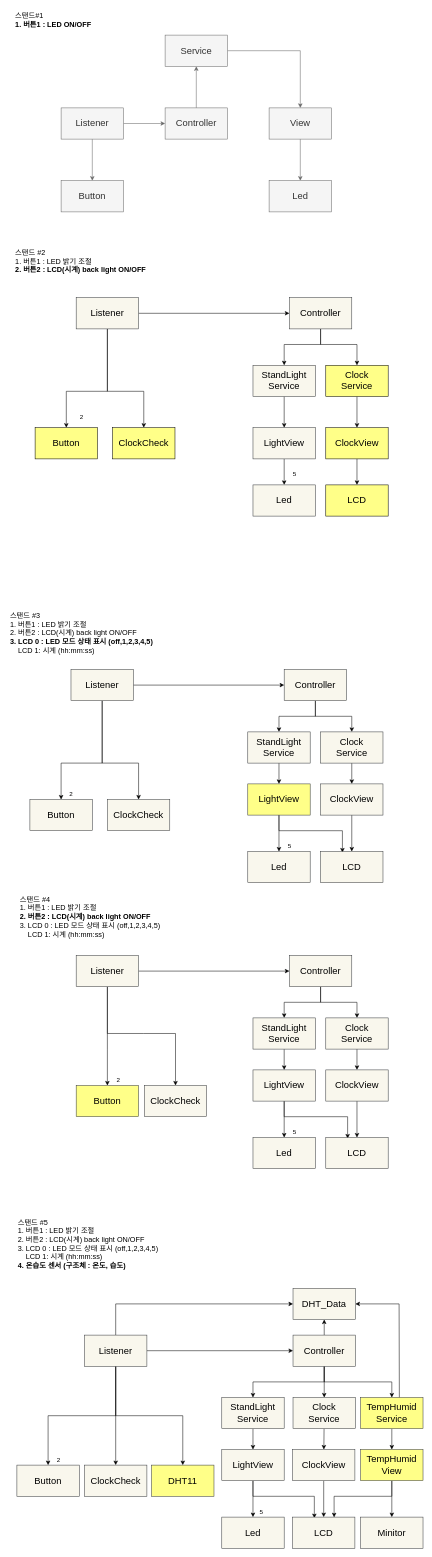
Before: page "페이지-1" (1 of 2) of sw_design/architecture.drawio in ena-log/StandLight_Clock_Temperature, a draw.io diagram. Source tidied: cells renumbered, new cells numbered last; positions are measured from the earlier drawing's top-left corner, leaving out a move shared by most shapes. Both pictures are drawn from the tidied source at 52%, with x=0, y=0 at pixel (9, 9).
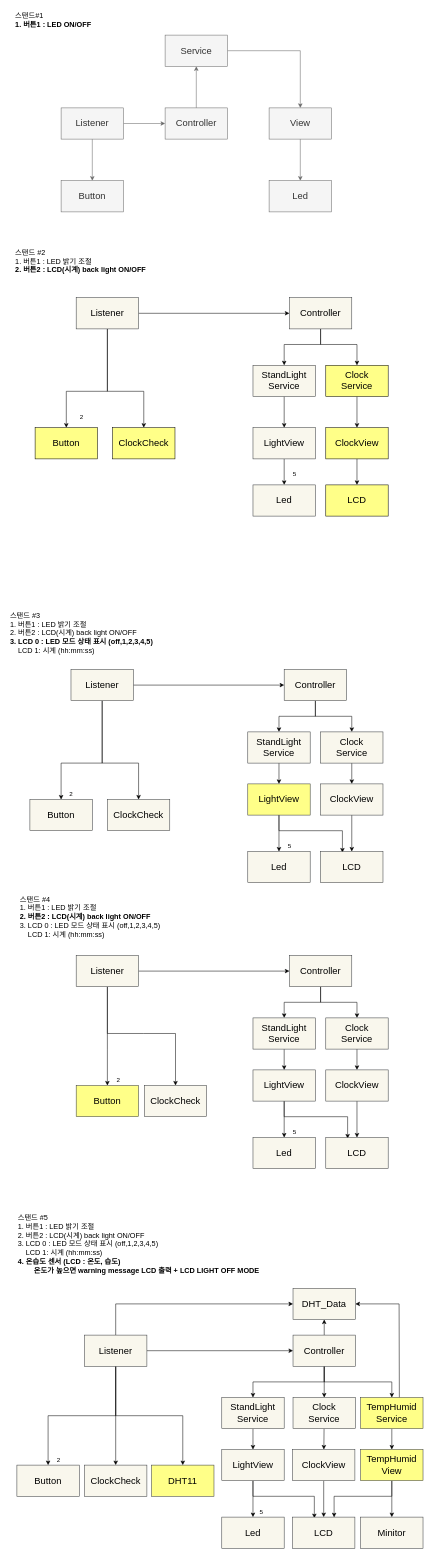
The same page after the edit.

Change to the diagram source:
```diff
@@
-    <mxCell id="108" value="&lt;font&gt;&lt;font style=&quot;font-size: 14px&quot;&gt;&lt;font&gt;스탠드 #5&lt;br&gt;1. 버튼1 : LED 밝기 조절&lt;br&gt;2. 버튼2 : LCD(시계) back light ON/OFF&lt;br&gt;3. LCD 0 : LED 모드 상태 표시 (off,1,2,3,4,5)&lt;br&gt;&amp;nbsp; &amp;nbsp; LCD 1: 시계 (hh:mm:ss)&lt;br&gt;&lt;/font&gt;&lt;b&gt;4. 온습도 센서 (구조체 : 온도, 습도)&lt;/b&gt;&lt;/font&gt;&lt;br&gt;&lt;/font&gt;" style="text;html=1;align=left;verticalAlign=middle;fillColor=none;strokeColor=none;rounded=0;fontColor=#000000;" parent="1" vertex="1">
-      <mxGeometry x="15" y="2330" width="290" height="90" as="geometry" />
+    <mxCell id="108" value="&lt;font&gt;&lt;font style=&quot;font-size: 14px&quot;&gt;&lt;font&gt;&lt;font&gt;스탠드 #5&lt;br&gt;1. 버튼1 : LED 밝기 조절&lt;br&gt;2. 버튼2 : LCD(시계) back light ON/OFF&lt;br&gt;3. LCD 0 : LED 모드 상태 표시 (off,1,2,3,4,5)&lt;br&gt;&amp;nbsp; &amp;nbsp; LCD 1: 시계 (hh:mm:ss)&lt;br&gt;&lt;/font&gt;&lt;b&gt;4. 온습도 센서 (LCD : 온도, 습도)&lt;br&gt;&lt;/b&gt;&lt;/font&gt;&lt;b&gt;&lt;span style=&quot;white-space: pre&quot;&gt;&#9;&lt;/span&gt;온도가 높으면 warning message LCD 출력 + LCD LIGHT OFF MODE&lt;/b&gt;&lt;/font&gt;&lt;br&gt;&lt;/font&gt;" style="text;html=1;align=left;verticalAlign=middle;fillColor=none;strokeColor=none;rounded=0;fontColor=#000000;" parent="1" vertex="1">
+      <mxGeometry x="15" y="2325" width="490" height="100" as="geometry" />
     </mxCell>
```
